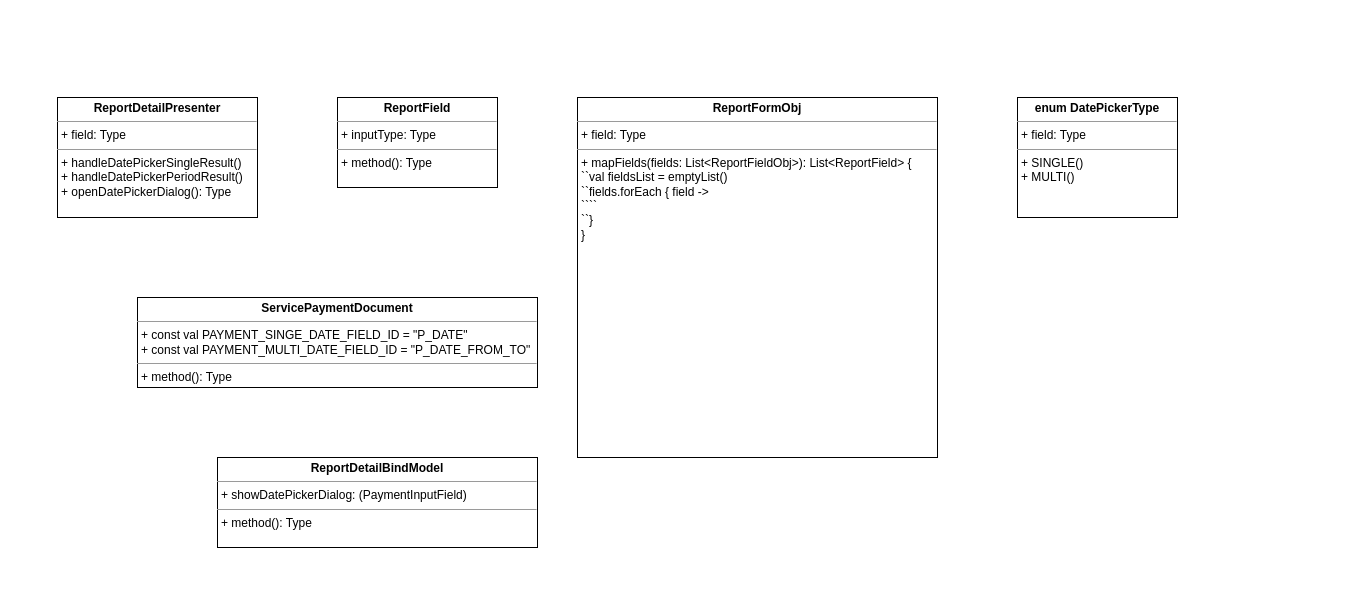
The draw.io diagram UNI-14817.drawio in ShiryaevNikolay/diagrams, before the edit. Source tidied: cells renumbered, new cells numbered last; positions are measured from the earlier drawing's top-left corner, leaving out a move shared by most shapes. Both pictures are drawn from the tidied source at 100%, with x=0, y=0 at pixel (57, 97).
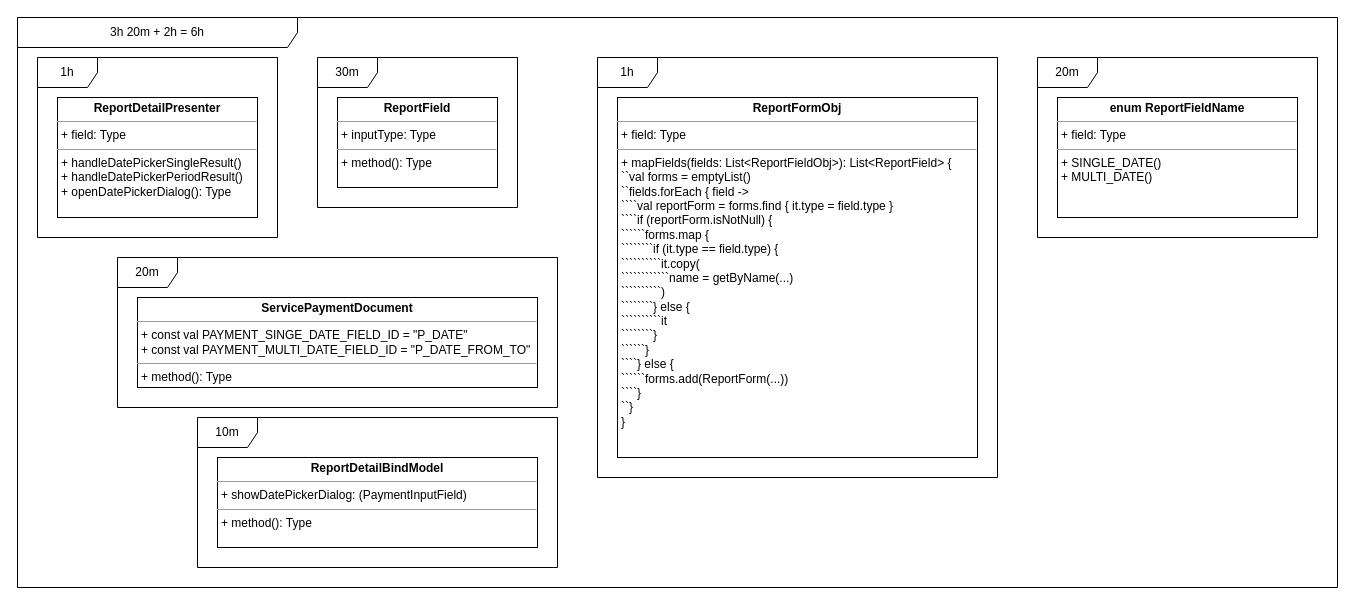
The same page after the edit.

Change to the diagram source:
`````````````diff
@@
 <mxGraphModel>
   <root>
     <mxCell id="0" />
     <mxCell id="1" parent="0" />
     <mxCell id="2" value="&lt;p style=&quot;margin: 0px ; margin-top: 4px ; text-align: center&quot;&gt;&lt;b&gt;ReportDetailPresenter&lt;/b&gt;&lt;/p&gt;&lt;hr size=&quot;1&quot;&gt;&lt;p style=&quot;margin: 0px ; margin-left: 4px&quot;&gt;+ field: Type&lt;/p&gt;&lt;hr size=&quot;1&quot;&gt;&lt;p style=&quot;margin: 0px ; margin-left: 4px&quot;&gt;+ handleDatePickerSingleResult()&lt;/p&gt;&lt;p style=&quot;margin: 0px ; margin-left: 4px&quot;&gt;+ handleDatePickerPeriodResult()&lt;br&gt;&lt;/p&gt;&lt;p style=&quot;margin: 0px ; margin-left: 4px&quot;&gt;+ openDatePickerDialog(): Type&lt;/p&gt;" style="verticalAlign=top;align=left;overflow=fill;fontSize=12;fontFamily=Helvetica;html=1;" parent="1" vertex="1">
       <mxGeometry width="200" height="120" as="geometry" />
     </mxCell>
     <mxCell id="3" value="&lt;p style=&quot;margin: 0px ; margin-top: 4px ; text-align: center&quot;&gt;&lt;b&gt;ReportField&lt;/b&gt;&lt;/p&gt;&lt;hr size=&quot;1&quot;&gt;&lt;p style=&quot;margin: 0px ; margin-left: 4px&quot;&gt;+ inputType: Type&lt;/p&gt;&lt;hr size=&quot;1&quot;&gt;&lt;p style=&quot;margin: 0px ; margin-left: 4px&quot;&gt;+ method(): Type&lt;/p&gt;" style="verticalAlign=top;align=left;overflow=fill;fontSize=12;fontFamily=Helvetica;html=1;" parent="1" vertex="1">
       <mxGeometry x="280" width="160" height="90" as="geometry" />
     </mxCell>
-    <mxCell id="4" value="&lt;p style=&quot;margin: 0px ; margin-top: 4px ; text-align: center&quot;&gt;&lt;b&gt;ReportFormObj&lt;/b&gt;&lt;/p&gt;&lt;hr size=&quot;1&quot;&gt;&lt;p style=&quot;margin: 0px ; margin-left: 4px&quot;&gt;+ field: Type&lt;/p&gt;&lt;hr size=&quot;1&quot;&gt;&lt;p style=&quot;margin: 0px ; margin-left: 4px&quot;&gt;+ mapFields(fields: List&amp;lt;ReportFieldObj&amp;gt;): List&amp;lt;ReportField&amp;gt; {&lt;/p&gt;&lt;p style=&quot;margin: 0px ; margin-left: 4px&quot;&gt;``val fieldsList = emptyList()&lt;br&gt;&lt;/p&gt;&lt;p style=&quot;margin: 0px ; margin-left: 4px&quot;&gt;``fields.forEach { field -&amp;gt;&lt;br&gt;&lt;/p&gt;&lt;p style=&quot;margin: 0px ; margin-left: 4px&quot;&gt;````&lt;br&gt;&lt;/p&gt;&lt;p style=&quot;margin: 0px ; margin-left: 4px&quot;&gt;``}&lt;br&gt;&lt;/p&gt;&lt;p style=&quot;margin: 0px ; margin-left: 4px&quot;&gt;}&lt;br&gt;&lt;/p&gt;" style="verticalAlign=top;align=left;overflow=fill;fontSize=12;fontFamily=Helvetica;html=1;" parent="1" vertex="1">
-      <mxGeometry x="520" width="360" height="360" as="geometry" />
+    <mxCell id="4" value="&lt;p style=&quot;margin: 0px ; margin-top: 4px ; text-align: center&quot;&gt;&lt;b&gt;ReportFormObj&lt;/b&gt;&lt;/p&gt;&lt;hr size=&quot;1&quot;&gt;&lt;p style=&quot;margin: 0px ; margin-left: 4px&quot;&gt;+ field: Type&lt;/p&gt;&lt;hr size=&quot;1&quot;&gt;&lt;p style=&quot;margin: 0px ; margin-left: 4px&quot;&gt;+ mapFields(fields: List&amp;lt;ReportFieldObj&amp;gt;): List&amp;lt;ReportField&amp;gt; {&lt;/p&gt;&lt;p style=&quot;margin: 0px ; margin-left: 4px&quot;&gt;``val forms = emptyList()&lt;br&gt;&lt;/p&gt;&lt;p style=&quot;margin: 0px ; margin-left: 4px&quot;&gt;``fields.forEach { field -&amp;gt;&lt;br&gt;&lt;/p&gt;&lt;p style=&quot;margin: 0px ; margin-left: 4px&quot;&gt;````val reportForm = forms.find { it.type = field.type }&lt;/p&gt;&lt;p style=&quot;margin: 0px ; margin-left: 4px&quot;&gt;````if (reportForm.isNotNull) {&lt;/p&gt;&lt;p style=&quot;margin: 0px ; margin-left: 4px&quot;&gt;``````forms.map {&lt;/p&gt;&lt;p style=&quot;margin: 0px ; margin-left: 4px&quot;&gt;````````if (it.type == field.type) {&lt;/p&gt;&lt;p style=&quot;margin: 0px ; margin-left: 4px&quot;&gt;``````````it.copy(&lt;/p&gt;&lt;p style=&quot;margin: 0px ; margin-left: 4px&quot;&gt;````````````name = getByName(...)&lt;br&gt;&lt;/p&gt;&lt;p style=&quot;margin: 0px ; margin-left: 4px&quot;&gt;``````````)&lt;br&gt;&lt;/p&gt;&lt;p style=&quot;margin: 0px ; margin-left: 4px&quot;&gt;````````} else {&lt;/p&gt;&lt;p style=&quot;margin: 0px ; margin-left: 4px&quot;&gt;``````````it&lt;br&gt;&lt;/p&gt;&lt;p style=&quot;margin: 0px ; margin-left: 4px&quot;&gt;````````}&lt;br&gt;&lt;/p&gt;&lt;p style=&quot;margin: 0px ; margin-left: 4px&quot;&gt;``````}&lt;br&gt;&lt;/p&gt;&lt;p style=&quot;margin: 0px ; margin-left: 4px&quot;&gt;````} else {&lt;/p&gt;&lt;p style=&quot;margin: 0px ; margin-left: 4px&quot;&gt;``````forms.add(ReportForm(...)) &lt;/p&gt;&lt;p style=&quot;margin: 0px ; margin-left: 4px&quot;&gt;````}&lt;br&gt;&lt;/p&gt;&lt;p style=&quot;margin: 0px ; margin-left: 4px&quot;&gt;``}&lt;br&gt;&lt;/p&gt;&lt;p style=&quot;margin: 0px ; margin-left: 4px&quot;&gt;}&lt;br&gt;&lt;/p&gt;" style="verticalAlign=top;align=left;overflow=fill;fontSize=12;fontFamily=Helvetica;html=1;" parent="1" vertex="1">
+      <mxGeometry x="560" width="360" height="360" as="geometry" />
     </mxCell>
-    <mxCell id="5" value="&lt;p style=&quot;margin: 0px ; margin-top: 4px ; text-align: center&quot;&gt;&lt;b&gt;enum DatePickerType&lt;br&gt;&lt;/b&gt;&lt;/p&gt;&lt;hr size=&quot;1&quot;&gt;&lt;p style=&quot;margin: 0px ; margin-left: 4px&quot;&gt;+ field: Type&lt;/p&gt;&lt;hr size=&quot;1&quot;&gt;&lt;p style=&quot;margin: 0px ; margin-left: 4px&quot;&gt;+ SINGLE()&lt;/p&gt;&lt;p style=&quot;margin: 0px ; margin-left: 4px&quot;&gt;+ MULTI()&lt;br&gt;&lt;/p&gt;" style="verticalAlign=top;align=left;overflow=fill;fontSize=12;fontFamily=Helvetica;html=1;" parent="1" vertex="1">
-      <mxGeometry x="960" width="160" height="120" as="geometry" />
+    <mxCell id="5" value="&lt;p style=&quot;margin: 0px ; margin-top: 4px ; text-align: center&quot;&gt;&lt;b&gt;enum ReportFieldName&lt;br&gt;&lt;/b&gt;&lt;/p&gt;&lt;hr size=&quot;1&quot;&gt;&lt;p style=&quot;margin: 0px ; margin-left: 4px&quot;&gt;+ field: Type&lt;/p&gt;&lt;hr size=&quot;1&quot;&gt;&lt;p style=&quot;margin: 0px ; margin-left: 4px&quot;&gt;+ SINGLE_DATE()&lt;/p&gt;&lt;p style=&quot;margin: 0px ; margin-left: 4px&quot;&gt;+ MULTI_DATE()&lt;/p&gt;" style="verticalAlign=top;align=left;overflow=fill;fontSize=12;fontFamily=Helvetica;html=1;" parent="1" vertex="1">
+      <mxGeometry x="1000" width="240" height="120" as="geometry" />
     </mxCell>
     <mxCell id="6" value="&lt;p style=&quot;margin: 0px ; margin-top: 4px ; text-align: center&quot;&gt;&lt;b&gt;ServicePaymentDocument&lt;/b&gt;&lt;/p&gt;&lt;hr size=&quot;1&quot;&gt;&lt;p style=&quot;margin: 0px ; margin-left: 4px&quot;&gt;+ const val PAYMENT_SINGE_DATE_FIELD_ID = &quot;P_DATE&quot;&lt;/p&gt;&lt;p style=&quot;margin: 0px ; margin-left: 4px&quot;&gt;+ const val PAYMENT_MULTI_DATE_FIELD_ID = &quot;P_DATE_FROM_TO&quot;&lt;/p&gt;&lt;hr size=&quot;1&quot;&gt;&lt;p style=&quot;margin: 0px ; margin-left: 4px&quot;&gt;+ method(): Type&lt;/p&gt;" style="verticalAlign=top;align=left;overflow=fill;fontSize=12;fontFamily=Helvetica;html=1;" parent="1" vertex="1">
       <mxGeometry x="80" y="200" width="400" height="90" as="geometry" />
     </mxCell>
     <mxCell id="7" value="&lt;p style=&quot;margin: 0px ; margin-top: 4px ; text-align: center&quot;&gt;&lt;b&gt;ReportDetailBindModel&lt;/b&gt;&lt;/p&gt;&lt;hr size=&quot;1&quot;&gt;&lt;p style=&quot;margin: 0px ; margin-left: 4px&quot;&gt;+ showDatePickerDialog: (PaymentInputField)&lt;br&gt;&lt;/p&gt;&lt;hr size=&quot;1&quot;&gt;&lt;p style=&quot;margin: 0px ; margin-left: 4px&quot;&gt;+ method(): Type&lt;/p&gt;" style="verticalAlign=top;align=left;overflow=fill;fontSize=12;fontFamily=Helvetica;html=1;" parent="1" vertex="1">
       <mxGeometry x="160" y="360" width="320" height="90" as="geometry" />
     </mxCell>
+    <mxCell id="8" value="20m" style="shape=umlFrame;whiteSpace=wrap;html=1;" parent="1" vertex="1">
+      <mxGeometry x="980" y="-40" width="280" height="180" as="geometry" />
+    </mxCell>
+    <mxCell id="9" value="1h" style="shape=umlFrame;whiteSpace=wrap;html=1;" parent="1" vertex="1">
+      <mxGeometry x="540" y="-40" width="400" height="420" as="geometry" />
+    </mxCell>
+    <mxCell id="10" value="10m" style="shape=umlFrame;whiteSpace=wrap;html=1;" parent="1" vertex="1">
+      <mxGeometry x="140" y="320" width="360" height="150" as="geometry" />
+    </mxCell>
+    <mxCell id="11" value="20m" style="shape=umlFrame;whiteSpace=wrap;html=1;" parent="1" vertex="1">
+      <mxGeometry x="60" y="160" width="440" height="150" as="geometry" />
+    </mxCell>
+    <mxCell id="12" value="30m" style="shape=umlFrame;whiteSpace=wrap;html=1;" parent="1" vertex="1">
+      <mxGeometry x="260" y="-40" width="200" height="150" as="geometry" />
+    </mxCell>
+    <mxCell id="13" value="1h" style="shape=umlFrame;whiteSpace=wrap;html=1;" parent="1" vertex="1">
+      <mxGeometry x="-20" y="-40" width="240" height="180" as="geometry" />
+    </mxCell>
+    <mxCell id="14" value="3h 20m + 2h = 6h" style="shape=umlFrame;whiteSpace=wrap;html=1;width=280;height=30;" parent="1" vertex="1">
+      <mxGeometry x="-40" y="-80" width="1320" height="570" as="geometry" />
+    </mxCell>
   </root>
 </mxGraphModel>
`````````````
